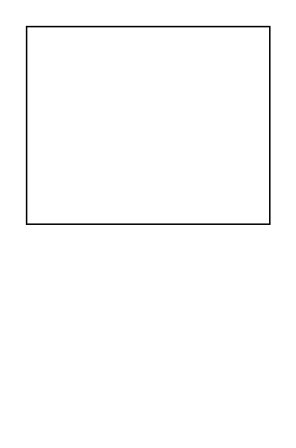
The draw.io diagram BRAVESv2.0.drawio in leohoinaski/BRAVES, before the edit. Source tidied: cells renumbered, new cells numbered last; positions are measured from the earlier drawing's top-left corner, leaving out a move shared by most shapes. Both pictures are drawn from the tidied source at 152%, with x=0, y=0 at pixel (26, 26).
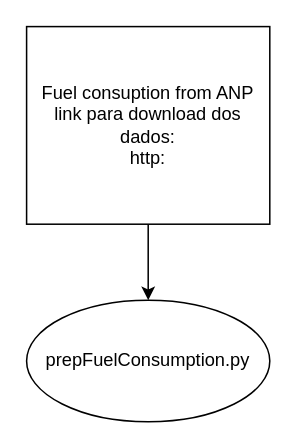
After the change.

Diff of the diagram source:
```diff
@@
 <mxGraphModel>
   <root>
     <mxCell id="0" />
     <mxCell id="1" parent="0" />
+    <mxCell id="3" style="edgeStyle=orthogonalEdgeStyle;rounded=0;jettySize=auto;html=1;" parent="1" edge="1" source="2" target="4">
+      <mxGeometry relative="1" as="geometry" />
+    </mxCell>
-    <mxCell id="2" style="rounded=0;whiteSpace=wrap;html=1;" parent="1" vertex="1">
+    <mxCell id="2" value="&lt;div&gt;Fuel consuption from ANP&lt;/div&gt;&lt;div&gt;link para download dos dados:&lt;/div&gt;&lt;div&gt;http:&lt;br&gt;&lt;/div&gt;" style="rounded=0;whiteSpace=wrap;html=1;" parent="1" vertex="1">
       <mxGeometry width="160" height="130" as="geometry" />
     </mxCell>
+    <mxCell id="4" value="&lt;div&gt;prepFuelConsumption.py&lt;/div&gt;" style="ellipse;whiteSpace=wrap;html=1;" parent="1" vertex="1">
+      <mxGeometry y="180" width="160" height="80" as="geometry" />
+    </mxCell>
   </root>
 </mxGraphModel>
```
